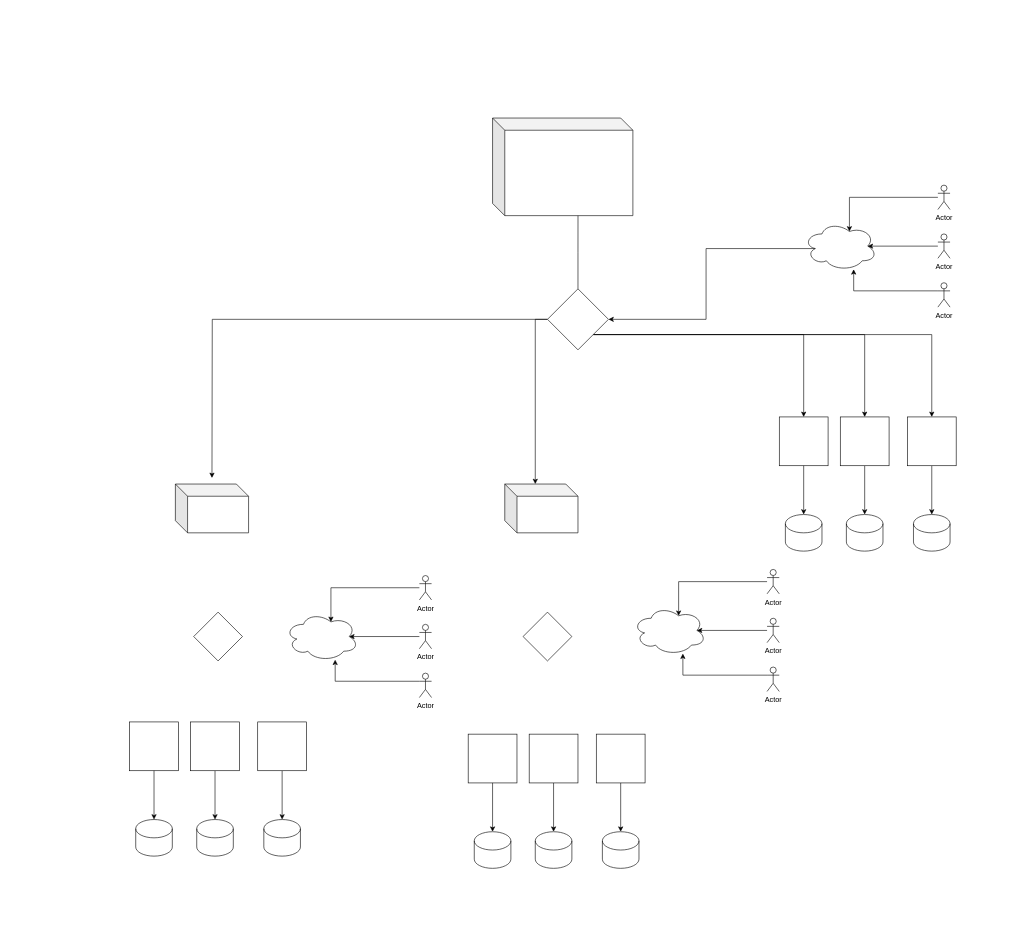
This is Untitled Diagram.drawio from vjkumar220/training, a draw.io file, before an edit. Source tidied: cells renumbered, new cells numbered last; positions are measured from the earlier drawing's top-left corner, leaving out a move shared by most shapes. Both pictures are drawn from the tidied source at 61%, with x=0, y=0 at pixel (129, 118).
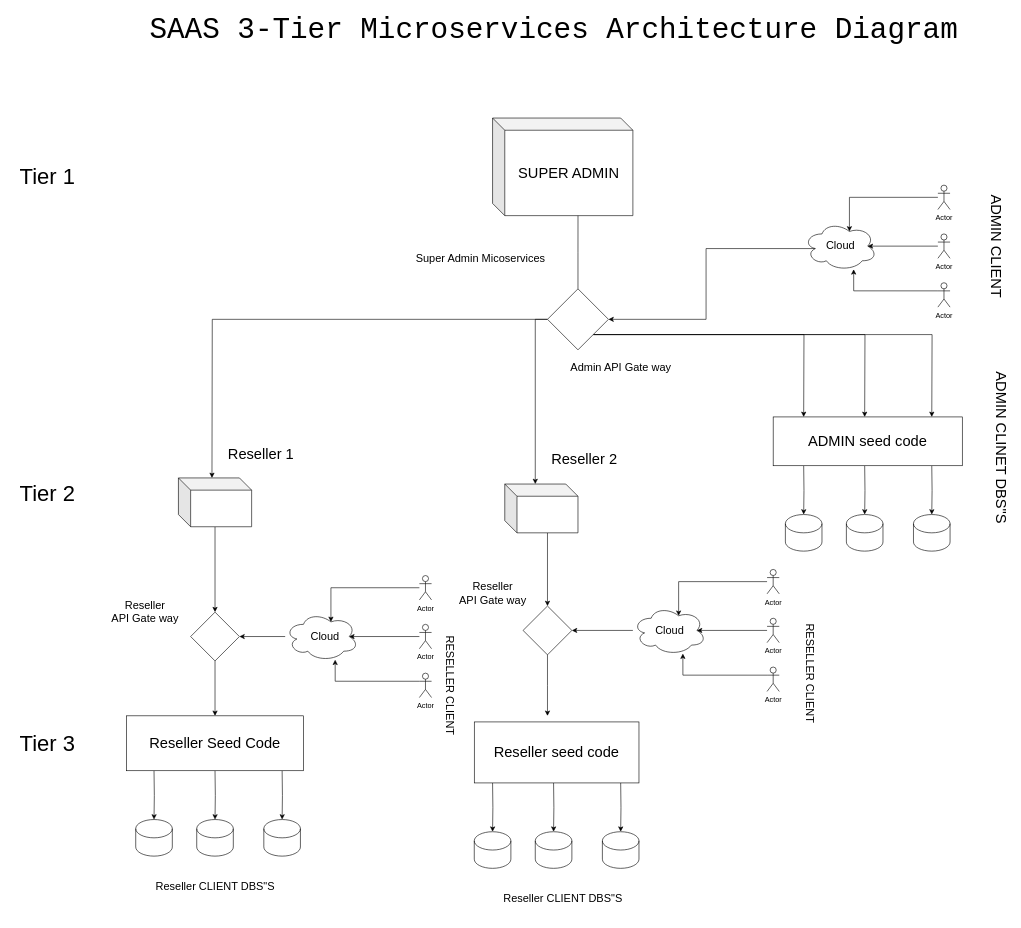
The same diagram, later.

The change refers to these unchanged cells:
```xml
<mxCell id="8" style="rhombus;whiteSpace=wrap;html=1;" parent="1" vertex="1">
  <mxGeometry x="685" y="280" width="100" height="100" as="geometry" />
</mxCell>
<mxCell id="23" style="shape=cube;whiteSpace=wrap;html=1;boundedLbl=1;backgroundOutline=1;darkOpacity=0.05;darkOpacity2=0.1;" parent="1" vertex="1">
  <mxGeometry x="615" y="600" width="120" height="80" as="geometry" />
</mxCell>
<mxCell id="27" style="shape=cylinder3;whiteSpace=wrap;html=1;boundedLbl=1;backgroundOutline=1;size=15;" parent="1" vertex="1">
  <mxGeometry x="1075" y="650" width="60" height="60" as="geometry" />
</mxCell>
<mxCell id="29" style="shape=cylinder3;whiteSpace=wrap;html=1;boundedLbl=1;backgroundOutline=1;size=15;" parent="1" vertex="1">
  <mxGeometry x="1175" y="650" width="60" height="60" as="geometry" />
</mxCell>
<mxCell id="30" style="shape=cylinder3;whiteSpace=wrap;html=1;boundedLbl=1;backgroundOutline=1;size=15;" parent="1" vertex="1">
  <mxGeometry x="1285" y="650" width="60" height="60" as="geometry" />
</mxCell>
<mxCell id="31" style="ellipse;shape=cloud;whiteSpace=wrap;html=1;" parent="1" vertex="1">
  <mxGeometry x="255" y="810" width="120" height="80" as="geometry" />
</mxCell>
<mxCell id="38" style="ellipse;shape=cloud;whiteSpace=wrap;html=1;" parent="1" vertex="1">
  <mxGeometry x="825" y="800" width="120" height="80" as="geometry" />
</mxCell>
<mxCell id="50" style="shape=cylinder3;whiteSpace=wrap;html=1;boundedLbl=1;backgroundOutline=1;size=15;" parent="1" vertex="1">
  <mxGeometry x="565" y="1170" width="60" height="60" as="geometry" />
</mxCell>
<mxCell id="52" style="shape=cylinder3;whiteSpace=wrap;html=1;boundedLbl=1;backgroundOutline=1;size=15;" parent="1" vertex="1">
  <mxGeometry x="665" y="1170" width="60" height="60" as="geometry" />
</mxCell>
<mxCell id="53" style="shape=cylinder3;whiteSpace=wrap;html=1;boundedLbl=1;backgroundOutline=1;size=15;" parent="1" vertex="1">
  <mxGeometry x="775" y="1170" width="60" height="60" as="geometry" />
</mxCell>
<mxCell id="59" style="shape=cylinder3;whiteSpace=wrap;html=1;boundedLbl=1;backgroundOutline=1;size=15;" parent="1" vertex="1">
  <mxGeometry x="10" y="1150" width="60" height="60" as="geometry" />
</mxCell>
<mxCell id="61" style="shape=cylinder3;whiteSpace=wrap;html=1;boundedLbl=1;backgroundOutline=1;size=15;" parent="1" vertex="1">
  <mxGeometry x="110" y="1150" width="60" height="60" as="geometry" />
</mxCell>
<mxCell id="62" style="shape=cylinder3;whiteSpace=wrap;html=1;boundedLbl=1;backgroundOutline=1;size=15;" parent="1" vertex="1">
  <mxGeometry x="220" y="1150" width="60" height="60" as="geometry" />
</mxCell>
```

Change to the diagram source:
```diff
@@
-    <mxCell id="3" style="edgeStyle=orthogonalEdgeStyle;rounded=0;jettySize=auto;html=1;exitX=1;exitY=1;exitDx=0;exitDy=0;entryX=0.5;entryY=0;entryDx=0;entryDy=0;" parent="1" edge="1" source="8" target="11">
-      <mxGeometry relative="1" as="geometry" />
+    <mxCell id="3" style="edgeStyle=orthogonalEdgeStyle;rounded=0;jettySize=auto;html=1;exitX=1;exitY=1;exitDx=0;exitDy=0;entryX=0.5;entryY=0;entryDx=0;entryDy=0;" parent="1" edge="1" source="8">
+      <mxGeometry relative="1" as="geometry">
+        <mxPoint x="1105" y="490" as="targetPoint" />
+      </mxGeometry>
     </mxCell>
-    <mxCell id="4" style="edgeStyle=orthogonalEdgeStyle;rounded=0;jettySize=auto;html=1;exitX=1;exitY=1;exitDx=0;exitDy=0;entryX=0.5;entryY=0;entryDx=0;entryDy=0;" parent="1" edge="1" source="8" target="15">
-      <mxGeometry relative="1" as="geometry" />
+    <mxCell id="4" style="edgeStyle=orthogonalEdgeStyle;rounded=0;jettySize=auto;html=1;exitX=1;exitY=1;exitDx=0;exitDy=0;entryX=0.5;entryY=0;entryDx=0;entryDy=0;" parent="1" edge="1" source="8">
+      <mxGeometry relative="1" as="geometry">
+        <mxPoint x="1315" y="490" as="targetPoint" />
+      </mxGeometry>
     </mxCell>
-    <mxCell id="5" style="edgeStyle=orthogonalEdgeStyle;rounded=0;jettySize=auto;html=1;exitX=1;exitY=1;exitDx=0;exitDy=0;entryX=0.5;entryY=0;entryDx=0;entryDy=0;" parent="1" edge="1" source="8" target="13">
-      <mxGeometry relative="1" as="geometry" />
+    <mxCell id="5" style="edgeStyle=orthogonalEdgeStyle;rounded=0;jettySize=auto;html=1;exitX=1;exitY=1;exitDx=0;exitDy=0;entryX=0.5;entryY=0;entryDx=0;entryDy=0;" parent="1" edge="1" source="8">
+      <mxGeometry relative="1" as="geometry">
+        <mxPoint x="1205" y="490" as="targetPoint" />
+      </mxGeometry>
     </mxCell>
@@
-    <mxCell id="11" style="whiteSpace=wrap;html=1;" parent="1" vertex="1">
-      <mxGeometry x="1065" y="490" width="80" height="80" as="geometry" />
-    </mxCell>
-    <mxCell id="12" style="edgeStyle=orthogonalEdgeStyle;rounded=0;jettySize=auto;html=1;" parent="1" edge="1" source="13" target="29">
-      <mxGeometry relative="1" as="geometry" />
+    <mxCell id="12" style="edgeStyle=orthogonalEdgeStyle;rounded=0;jettySize=auto;html=1;" parent="1" edge="1" target="29">
+      <mxGeometry relative="1" as="geometry">
+        <mxPoint x="1205" y="570" as="sourcePoint" />
+      </mxGeometry>
     </mxCell>
-    <mxCell id="13" style="whiteSpace=wrap;html=1;" parent="1" vertex="1">
-      <mxGeometry x="1165" y="490" width="80" height="80" as="geometry" />
-    </mxCell>
-    <mxCell id="14" style="edgeStyle=orthogonalEdgeStyle;rounded=0;jettySize=auto;html=1;" parent="1" edge="1" source="15" target="30">
-      <mxGeometry relative="1" as="geometry" />
+    <mxCell id="14" style="edgeStyle=orthogonalEdgeStyle;rounded=0;jettySize=auto;html=1;" parent="1" edge="1" target="30">
+      <mxGeometry relative="1" as="geometry">
+        <mxPoint x="1315" y="570" as="sourcePoint" />
+      </mxGeometry>
     </mxCell>
-    <mxCell id="15" style="whiteSpace=wrap;html=1;" parent="1" vertex="1">
-      <mxGeometry x="1275" y="490" width="80" height="80" as="geometry" />
-    </mxCell>
-    <mxCell id="16" style="shape=cube;whiteSpace=wrap;html=1;boundedLbl=1;backgroundOutline=1;darkOpacity=0.05;darkOpacity2=0.1;" parent="1" vertex="1">
+    <mxCell id="16" value="&lt;font style=&quot;font-size: 24px&quot;&gt;SUPER ADMIN&lt;br&gt;&lt;/font&gt;" style="shape=cube;whiteSpace=wrap;html=1;boundedLbl=1;backgroundOutline=1;darkOpacity=0.05;darkOpacity2=0.1;" parent="1" vertex="1">
       <mxGeometry x="595" width="230" height="160" as="geometry" />
     </mxCell>
@@
+    <mxCell id="63" style="edgeStyle=orthogonalEdgeStyle;rounded=0;jettySize=auto;html=1;exitX=0;exitY=0;exitDx=70;exitDy=80;exitPerimeter=0;entryX=0.5;entryY=0;entryDx=0;entryDy=0;" parent="1" edge="1" source="23" target="24">
+      <mxGeometry relative="1" as="geometry" />
+    </mxCell>
@@
+    <mxCell id="64" style="edgeStyle=orthogonalEdgeStyle;rounded=0;jettySize=auto;html=1;" parent="1" edge="1" source="24">
+      <mxGeometry relative="1" as="geometry">
+        <mxPoint x="685" y="980" as="targetPoint" />
+      </mxGeometry>
+    </mxCell>
     <mxCell id="24" style="rhombus;whiteSpace=wrap;html=1;" parent="1" vertex="1">
-      <mxGeometry x="645" y="810" width="80" height="80" as="geometry" />
+      <mxGeometry x="645" y="800" width="80" height="80" as="geometry" />
     </mxCell>
+    <mxCell id="65" style="edgeStyle=orthogonalEdgeStyle;rounded=0;jettySize=auto;html=1;entryX=0.5;entryY=0;entryDx=0;entryDy=0;" parent="1" edge="1" source="25" target="26">
+      <mxGeometry relative="1" as="geometry" />
+    </mxCell>
     <mxCell id="25" style="shape=cube;whiteSpace=wrap;html=1;boundedLbl=1;backgroundOutline=1;darkOpacity=0.05;darkOpacity2=0.1;" parent="1" vertex="1">
-      <mxGeometry x="75" y="600" width="120" height="80" as="geometry" />
+      <mxGeometry x="80" y="590" width="120" height="80" as="geometry" />
     </mxCell>
+    <mxCell id="66" style="edgeStyle=orthogonalEdgeStyle;rounded=0;jettySize=auto;html=1;entryX=0.5;entryY=0;entryDx=0;entryDy=0;" parent="1" edge="1" source="26" target="71">
+      <mxGeometry relative="1" as="geometry" />
+    </mxCell>
     <mxCell id="26" style="rhombus;whiteSpace=wrap;html=1;" parent="1" vertex="1">
-      <mxGeometry x="105" y="810" width="80" height="80" as="geometry" />
+      <mxGeometry x="100" y="810" width="80" height="80" as="geometry" />
     </mxCell>
@@
-    <mxCell id="28" style="edgeStyle=orthogonalEdgeStyle;rounded=0;jettySize=auto;html=1;" parent="1" edge="1" source="11" target="27">
-      <mxGeometry relative="1" as="geometry" />
+    <mxCell id="28" style="edgeStyle=orthogonalEdgeStyle;rounded=0;jettySize=auto;html=1;" parent="1" edge="1" target="27">
+      <mxGeometry relative="1" as="geometry">
+        <mxPoint x="1105" y="570" as="sourcePoint" />
+      </mxGeometry>
     </mxCell>
@@
+    <mxCell id="67" style="edgeStyle=orthogonalEdgeStyle;rounded=0;jettySize=auto;html=1;" parent="1" edge="1" source="31" target="26">
+      <mxGeometry relative="1" as="geometry" />
+    </mxCell>
@@
+    <mxCell id="68" style="edgeStyle=orthogonalEdgeStyle;rounded=0;jettySize=auto;html=1;" parent="1" edge="1" source="38" target="24">
+      <mxGeometry relative="1" as="geometry" />
+    </mxCell>
@@
-    <mxCell id="45" style="whiteSpace=wrap;html=1;" parent="1" vertex="1">
-      <mxGeometry x="555" y="1010" width="80" height="80" as="geometry" />
-    </mxCell>
-    <mxCell id="46" style="edgeStyle=orthogonalEdgeStyle;rounded=0;jettySize=auto;html=1;" parent="1" edge="1" source="47" target="52">
-      <mxGeometry relative="1" as="geometry" />
+    <mxCell id="46" style="edgeStyle=orthogonalEdgeStyle;rounded=0;jettySize=auto;html=1;" parent="1" edge="1" target="52">
+      <mxGeometry relative="1" as="geometry">
+        <mxPoint x="695" y="1090" as="sourcePoint" />
+      </mxGeometry>
     </mxCell>
-    <mxCell id="47" style="whiteSpace=wrap;html=1;" parent="1" vertex="1">
-      <mxGeometry x="655" y="1010" width="80" height="80" as="geometry" />
-    </mxCell>
-    <mxCell id="48" style="edgeStyle=orthogonalEdgeStyle;rounded=0;jettySize=auto;html=1;" parent="1" edge="1" source="49" target="53">
-      <mxGeometry relative="1" as="geometry" />
+    <mxCell id="48" style="edgeStyle=orthogonalEdgeStyle;rounded=0;jettySize=auto;html=1;" parent="1" edge="1" target="53">
+      <mxGeometry relative="1" as="geometry">
+        <mxPoint x="805" y="1090" as="sourcePoint" />
+      </mxGeometry>
     </mxCell>
-    <mxCell id="49" style="whiteSpace=wrap;html=1;" parent="1" vertex="1">
-      <mxGeometry x="765" y="1010" width="80" height="80" as="geometry" />
-    </mxCell>
@@
-    <mxCell id="51" style="edgeStyle=orthogonalEdgeStyle;rounded=0;jettySize=auto;html=1;" parent="1" edge="1" source="45" target="50">
-      <mxGeometry relative="1" as="geometry" />
+    <mxCell id="51" style="edgeStyle=orthogonalEdgeStyle;rounded=0;jettySize=auto;html=1;" parent="1" edge="1" target="50">
+      <mxGeometry relative="1" as="geometry">
+        <mxPoint x="595" y="1090" as="sourcePoint" />
+      </mxGeometry>
     </mxCell>
@@
-    <mxCell id="54" style="whiteSpace=wrap;html=1;" parent="1" vertex="1">
-      <mxGeometry y="990" width="80" height="80" as="geometry" />
-    </mxCell>
-    <mxCell id="55" style="edgeStyle=orthogonalEdgeStyle;rounded=0;jettySize=auto;html=1;" parent="1" edge="1" source="56" target="61">
-      <mxGeometry relative="1" as="geometry" />
+    <mxCell id="55" style="edgeStyle=orthogonalEdgeStyle;rounded=0;jettySize=auto;html=1;" parent="1" edge="1" target="61">
+      <mxGeometry relative="1" as="geometry">
+        <mxPoint x="140" y="1070" as="sourcePoint" />
+      </mxGeometry>
     </mxCell>
-    <mxCell id="56" style="whiteSpace=wrap;html=1;" parent="1" vertex="1">
-      <mxGeometry x="100" y="990" width="80" height="80" as="geometry" />
-    </mxCell>
-    <mxCell id="57" style="edgeStyle=orthogonalEdgeStyle;rounded=0;jettySize=auto;html=1;" parent="1" edge="1" source="58" target="62">
-      <mxGeometry relative="1" as="geometry" />
+    <mxCell id="57" style="edgeStyle=orthogonalEdgeStyle;rounded=0;jettySize=auto;html=1;" parent="1" edge="1" target="62">
+      <mxGeometry relative="1" as="geometry">
+        <mxPoint x="250" y="1070" as="sourcePoint" />
+      </mxGeometry>
     </mxCell>
-    <mxCell id="58" style="whiteSpace=wrap;html=1;" parent="1" vertex="1">
-      <mxGeometry x="210" y="990" width="80" height="80" as="geometry" />
-    </mxCell>
@@
-    <mxCell id="60" style="edgeStyle=orthogonalEdgeStyle;rounded=0;jettySize=auto;html=1;" parent="1" edge="1" source="54" target="59">
-      <mxGeometry relative="1" as="geometry" />
+    <mxCell id="60" style="edgeStyle=orthogonalEdgeStyle;rounded=0;jettySize=auto;html=1;" parent="1" edge="1" target="59">
+      <mxGeometry relative="1" as="geometry">
+        <mxPoint x="40" y="1070" as="sourcePoint" />
+      </mxGeometry>
     </mxCell>
@@
+    <mxCell id="69" value="&lt;font style=&quot;font-size: 24px&quot;&gt;ADMIN seed code&lt;br&gt;&lt;/font&gt;" style="rounded=0;whiteSpace=wrap;html=1;" parent="1" vertex="1">
+      <mxGeometry x="1055" y="490" width="310" height="80" as="geometry" />
+    </mxCell>
+    <mxCell id="70" value="&lt;font style=&quot;font-size: 24px&quot;&gt;Reseller seed code&lt;/font&gt;" style="rounded=0;whiteSpace=wrap;html=1;" parent="1" vertex="1">
+      <mxGeometry x="565" y="990" width="270" height="100" as="geometry" />
+    </mxCell>
+    <mxCell id="71" value="&lt;font style=&quot;font-size: 24px&quot;&gt;Reseller Seed Code&lt;/font&gt;" style="rounded=0;whiteSpace=wrap;html=1;" parent="1" vertex="1">
+      <mxGeometry x="-5" y="980" width="290" height="90" as="geometry" />
+    </mxCell>
+    <mxCell id="72" value="&lt;font style=&quot;font-size: 18px&quot;&gt;Super Admin Micoservices&lt;br&gt;&lt;/font&gt;" style="text;html=1;align=center;verticalAlign=middle;" parent="1" vertex="1">
+      <mxGeometry x="445" y="220" width="260" height="20" as="geometry" />
+    </mxCell>
+    <mxCell id="73" value="&lt;font style=&quot;font-size: 18px&quot;&gt;Admin API Gate way&lt;br&gt;&lt;/font&gt;" style="text;html=1;align=center;verticalAlign=middle;" parent="1" vertex="1">
+      <mxGeometry x="705" y="400" width="200" height="20" as="geometry" />
+    </mxCell>
+    <mxCell id="74" value="&lt;font style=&quot;font-size: 24px&quot;&gt;ADMIN CLIENT &lt;/font&gt;" style="text;html=1;align=center;verticalAlign=middle;rotation=90;" parent="1" vertex="1">
+      <mxGeometry x="1315" y="200" width="210" height="20" as="geometry" />
+    </mxCell>
+    <mxCell id="75" value="&lt;div&gt;&lt;font style=&quot;font-size: 24px&quot;&gt;ADMIN CLINET DBS&quot;S&lt;/font&gt;&lt;/div&gt;&lt;div&gt;&lt;font size=&quot;3&quot;&gt;&lt;br&gt;&lt;/font&gt;&lt;/div&gt;" style="text;html=1;align=center;verticalAlign=middle;rotation=90;" parent="1" vertex="1">
+      <mxGeometry x="1270" y="520" width="300" height="40" as="geometry" />
+    </mxCell>
+    <mxCell id="76" value="&lt;div&gt;&lt;font style=&quot;font-size: 24px&quot;&gt;Reseller 1&lt;/font&gt;&lt;/div&gt;&lt;div&gt;&lt;font size=&quot;3&quot;&gt;&lt;br&gt;&lt;/font&gt;&lt;/div&gt;" style="text;html=1;align=center;verticalAlign=middle;" parent="1" vertex="1">
+      <mxGeometry x="145" y="540" width="140" height="40" as="geometry" />
+    </mxCell>
+    <mxCell id="77" value="&lt;font style=&quot;font-size: 24px&quot;&gt;Reseller 2&lt;br&gt;&lt;/font&gt;" style="text;html=1;align=center;verticalAlign=middle;" parent="1" vertex="1">
+      <mxGeometry x="675" y="550" width="140" height="20" as="geometry" />
+    </mxCell>
+    <mxCell id="78" value="&lt;div&gt;&lt;font style=&quot;font-size: 18px&quot;&gt;Reseller&lt;/font&gt;&lt;/div&gt;&lt;div&gt;&lt;font style=&quot;font-size: 18px&quot;&gt; API Gate way&lt;/font&gt;&lt;/div&gt;" style="text;html=1;align=center;verticalAlign=middle;" parent="1" vertex="1">
+      <mxGeometry x="-45" y="790" width="140" height="40" as="geometry" />
+    </mxCell>
+    <mxCell id="79" value="&lt;div&gt;&lt;font style=&quot;font-size: 18px&quot;&gt;Reseller&lt;/font&gt;&lt;/div&gt;&lt;div&gt;&lt;font style=&quot;font-size: 18px&quot;&gt; API Gate way&lt;/font&gt;&lt;/div&gt;" style="text;html=1;align=center;verticalAlign=middle;" parent="1" vertex="1">
+      <mxGeometry x="525" y="760" width="140" height="40" as="geometry" />
+    </mxCell>
+    <mxCell id="80" value="&lt;font style=&quot;font-size: 18px&quot;&gt;RESELLER CLIENT &lt;/font&gt;" style="text;html=1;align=center;verticalAlign=middle;rotation=90;" parent="1" vertex="1">
+      <mxGeometry x="425" y="920" width="200" height="20" as="geometry" />
+    </mxCell>
+    <mxCell id="81" value="&lt;font style=&quot;font-size: 18px&quot;&gt;RESELLER CLIENT &lt;/font&gt;" style="text;html=1;align=center;verticalAlign=middle;rotation=90;" parent="1" vertex="1">
+      <mxGeometry x="1015" y="900" width="200" height="20" as="geometry" />
+    </mxCell>
+    <mxCell id="82" value="&lt;div&gt;&lt;font style=&quot;font-size: 18px&quot;&gt;Reseller CLIENT DBS&quot;S&lt;/font&gt;&lt;/div&gt;&lt;div&gt;&lt;font size=&quot;3&quot;&gt;&lt;br&gt;&lt;/font&gt;&lt;/div&gt;" style="text;html=1;align=center;verticalAlign=middle;rotation=0;" parent="1" vertex="1">
+      <mxGeometry x="590" y="1270" width="240" height="40" as="geometry" />
+    </mxCell>
+    <mxCell id="83" value="&lt;div&gt;&lt;font style=&quot;font-size: 18px&quot;&gt;Reseller CLIENT DBS&quot;S&lt;/font&gt;&lt;/div&gt;&lt;div&gt;&lt;font size=&quot;3&quot;&gt;&lt;br&gt;&lt;/font&gt;&lt;/div&gt;" style="text;html=1;align=center;verticalAlign=middle;rotation=0;" parent="1" vertex="1">
+      <mxGeometry x="20" y="1250" width="240" height="40" as="geometry" />
+    </mxCell>
+    <mxCell id="84" value="&lt;font style=&quot;font-size: 18px&quot;&gt;Cloud&lt;/font&gt;" style="text;html=1;align=center;verticalAlign=middle;" parent="1" vertex="1">
+      <mxGeometry x="1130" y="200" width="70" height="20" as="geometry" />
+    </mxCell>
+    <mxCell id="85" value="&lt;font style=&quot;font-size: 18px&quot;&gt;Cloud&lt;/font&gt;" style="text;html=1;align=center;verticalAlign=middle;" parent="1" vertex="1">
+      <mxGeometry x="285" y="840" width="70" height="20" as="geometry" />
+    </mxCell>
+    <mxCell id="86" value="&lt;font style=&quot;font-size: 18px&quot;&gt;Cloud&lt;/font&gt;" style="text;html=1;align=center;verticalAlign=middle;" parent="1" vertex="1">
+      <mxGeometry x="850" y="830" width="70" height="20" as="geometry" />
+    </mxCell>
+    <mxCell id="87" value="&lt;font style=&quot;font-size: 36px&quot;&gt;Tier&lt;/font&gt;&lt;font style=&quot;font-size: 36px&quot;&gt; 1&lt;br&gt;&lt;/font&gt;" style="text;html=1;align=center;verticalAlign=middle;" parent="1" vertex="1">
+      <mxGeometry x="-195" y="80" width="120" height="30" as="geometry" />
+    </mxCell>
+    <mxCell id="88" value="&lt;font style=&quot;font-size: 36px&quot;&gt;Tier&lt;/font&gt;&lt;font style=&quot;font-size: 36px&quot;&gt; 3&lt;br&gt;&lt;/font&gt;" style="text;html=1;align=center;verticalAlign=middle;" parent="1" vertex="1">
+      <mxGeometry x="-195" y="1010" width="120" height="30" as="geometry" />
+    </mxCell>
+    <mxCell id="89" value="&lt;font style=&quot;font-size: 36px&quot;&gt;Tier&lt;/font&gt;&lt;font style=&quot;font-size: 36px&quot;&gt; 2&lt;br&gt;&lt;/font&gt;" style="text;html=1;align=center;verticalAlign=middle;" parent="1" vertex="1">
+      <mxGeometry x="-195" y="600" width="120" height="30" as="geometry" />
+    </mxCell>
+    <mxCell id="90" value="&lt;font style=&quot;font-size: 48px&quot;&gt;&lt;font face=&quot;Courier New&quot;&gt;SAAS 3-Tier Microservices Architecture Diagram &lt;/font&gt;&lt;br&gt;&lt;/font&gt;" style="text;html=1;align=center;verticalAlign=middle;fillColor=#FFFFFF;strokeColor=#FFFFFF;" parent="1" vertex="1">
+      <mxGeometry x="25" y="-160" width="1340" height="30" as="geometry" />
+    </mxCell>
```
